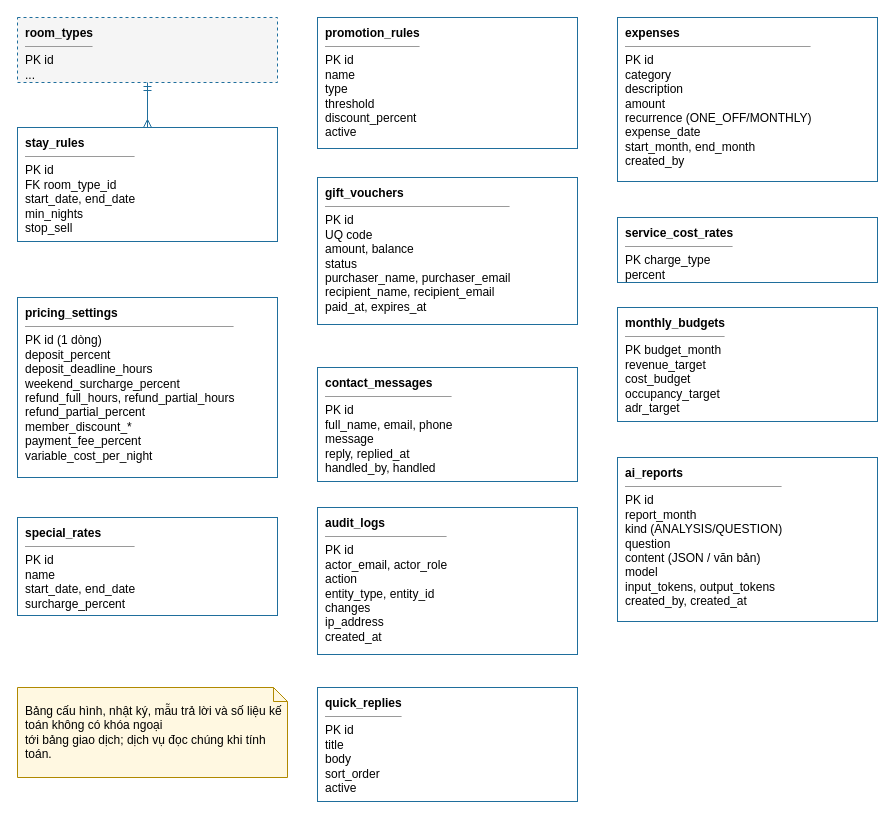
Before: docs/thiet-ke/erd-5-cau-hinh-ke-toan.drawio in ngynquchn2511/beach-hotel, a draw.io diagram. Source tidied: cells renumbered, new cells numbered last; positions are measured from the earlier drawing's top-left corner, leaving out a move shared by most shapes. Both pictures are drawn from the tidied source at 100%, with x=0, y=0 at pixel (17, 17).
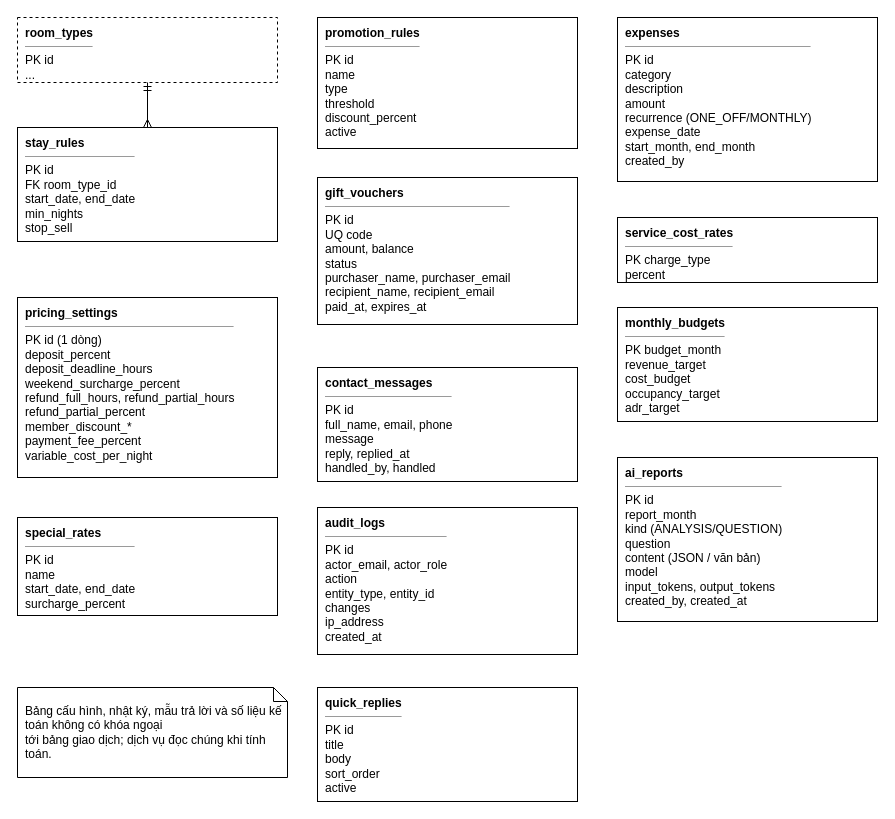
Above is the later version.

Change to the diagram source:
```diff
@@
 <mxGraphModel>
   <root>
     <mxCell id="0" />
     <mxCell id="1" parent="0" />
-    <mxCell id="2" value="&lt;b&gt;room_types&lt;/b&gt;&lt;hr size=&quot;1&quot;&gt;PK id&lt;br&gt;..." style="rounded=0;whiteSpace=wrap;html=1;align=left;verticalAlign=top;spacingLeft=6;spacingTop=2;fillColor=#FFFFFF;strokeColor=#1F6E9C;fontSize=11;fillColor=#F5F5F5;dashed=1;fontSize=12;" parent="1" vertex="1">
+    <mxCell id="2" value="&lt;b&gt;room_types&lt;/b&gt;&lt;hr size=&quot;1&quot;&gt;PK id&lt;br&gt;..." style="rounded=0;whiteSpace=wrap;html=1;align=left;verticalAlign=top;spacingLeft=6;spacingTop=2;fillColor=#FFFFFF;strokeColor=#000000;fontSize=11;fillColor=#FFFFFF;dashed=1;fontSize=12;" parent="1" vertex="1">
       <mxGeometry width="260" height="65" as="geometry" />
     </mxCell>
-    <mxCell id="3" value="&lt;b&gt;stay_rules&lt;/b&gt;&lt;hr size=&quot;1&quot;&gt;PK id&lt;br&gt;FK room_type_id&lt;br&gt;start_date, end_date&lt;br&gt;min_nights&lt;br&gt;stop_sell" style="rounded=0;whiteSpace=wrap;html=1;align=left;verticalAlign=top;spacingLeft=6;spacingTop=2;fillColor=#FFFFFF;strokeColor=#1F6E9C;fontSize=11;fontSize=12;" parent="1" vertex="1">
+    <mxCell id="3" value="&lt;b&gt;stay_rules&lt;/b&gt;&lt;hr size=&quot;1&quot;&gt;PK id&lt;br&gt;FK room_type_id&lt;br&gt;start_date, end_date&lt;br&gt;min_nights&lt;br&gt;stop_sell" style="rounded=0;whiteSpace=wrap;html=1;align=left;verticalAlign=top;spacingLeft=6;spacingTop=2;fillColor=#FFFFFF;strokeColor=#000000;fontSize=11;fontSize=12;" parent="1" vertex="1">
       <mxGeometry y="110" width="260" height="114" as="geometry" />
     </mxCell>
-    <mxCell id="4" style="edgeStyle=entityRelationEdgeStyle;fontSize=12;html=1;endArrow=ERmany;startArrow=ERmandOne;endFill=0;startFill=0;strokeColor=#1F6E9C;edgeStyle=orthogonalEdgeStyle;rounded=0;exitX=0.5;exitY=1;exitDx=0;exitDy=0;entryX=0.5;entryY=0;entryDx=0;entryDy=0;" parent="1" edge="1" source="2" target="3">
+    <mxCell id="4" style="edgeStyle=entityRelationEdgeStyle;fontSize=12;html=1;endArrow=ERmany;startArrow=ERmandOne;endFill=0;startFill=0;strokeColor=#000000;edgeStyle=orthogonalEdgeStyle;rounded=0;exitX=0.5;exitY=1;exitDx=0;exitDy=0;entryX=0.5;entryY=0;entryDx=0;entryDy=0;" parent="1" edge="1" source="2" target="3">
       <mxGeometry relative="1" as="geometry" />
     </mxCell>
-    <mxCell id="5" value="&lt;b&gt;pricing_settings&lt;/b&gt;&lt;hr size=&quot;1&quot;&gt;PK id (1 dòng)&lt;br&gt;deposit_percent&lt;br&gt;deposit_deadline_hours&lt;br&gt;weekend_surcharge_percent&lt;br&gt;refund_full_hours, refund_partial_hours&lt;br&gt;refund_partial_percent&lt;br&gt;member_discount_*&lt;br&gt;payment_fee_percent&lt;br&gt;variable_cost_per_night" style="rounded=0;whiteSpace=wrap;html=1;align=left;verticalAlign=top;spacingLeft=6;spacingTop=2;fillColor=#FFFFFF;strokeColor=#1F6E9C;fontSize=11;fontSize=12;" parent="1" vertex="1">
+    <mxCell id="5" value="&lt;b&gt;pricing_settings&lt;/b&gt;&lt;hr size=&quot;1&quot;&gt;PK id (1 dòng)&lt;br&gt;deposit_percent&lt;br&gt;deposit_deadline_hours&lt;br&gt;weekend_surcharge_percent&lt;br&gt;refund_full_hours, refund_partial_hours&lt;br&gt;refund_partial_percent&lt;br&gt;member_discount_*&lt;br&gt;payment_fee_percent&lt;br&gt;variable_cost_per_night" style="rounded=0;whiteSpace=wrap;html=1;align=left;verticalAlign=top;spacingLeft=6;spacingTop=2;fillColor=#FFFFFF;strokeColor=#000000;fontSize=11;fontSize=12;" parent="1" vertex="1">
       <mxGeometry y="280" width="260" height="180" as="geometry" />
     </mxCell>
-    <mxCell id="6" value="&lt;b&gt;special_rates&lt;/b&gt;&lt;hr size=&quot;1&quot;&gt;PK id&lt;br&gt;name&lt;br&gt;start_date, end_date&lt;br&gt;surcharge_percent" style="rounded=0;whiteSpace=wrap;html=1;align=left;verticalAlign=top;spacingLeft=6;spacingTop=2;fillColor=#FFFFFF;strokeColor=#1F6E9C;fontSize=11;fontSize=12;" parent="1" vertex="1">
+    <mxCell id="6" value="&lt;b&gt;special_rates&lt;/b&gt;&lt;hr size=&quot;1&quot;&gt;PK id&lt;br&gt;name&lt;br&gt;start_date, end_date&lt;br&gt;surcharge_percent" style="rounded=0;whiteSpace=wrap;html=1;align=left;verticalAlign=top;spacingLeft=6;spacingTop=2;fillColor=#FFFFFF;strokeColor=#000000;fontSize=11;fontSize=12;" parent="1" vertex="1">
       <mxGeometry y="500" width="260" height="98" as="geometry" />
     </mxCell>
-    <mxCell id="7" value="&lt;b&gt;promotion_rules&lt;/b&gt;&lt;hr size=&quot;1&quot;&gt;PK id&lt;br&gt;name&lt;br&gt;type&lt;br&gt;threshold&lt;br&gt;discount_percent&lt;br&gt;active" style="rounded=0;whiteSpace=wrap;html=1;align=left;verticalAlign=top;spacingLeft=6;spacingTop=2;fillColor=#FFFFFF;strokeColor=#1F6E9C;fontSize=11;fontSize=12;" parent="1" vertex="1">
+    <mxCell id="7" value="&lt;b&gt;promotion_rules&lt;/b&gt;&lt;hr size=&quot;1&quot;&gt;PK id&lt;br&gt;name&lt;br&gt;type&lt;br&gt;threshold&lt;br&gt;discount_percent&lt;br&gt;active" style="rounded=0;whiteSpace=wrap;html=1;align=left;verticalAlign=top;spacingLeft=6;spacingTop=2;fillColor=#FFFFFF;strokeColor=#000000;fontSize=11;fontSize=12;" parent="1" vertex="1">
       <mxGeometry x="300" width="260" height="131" as="geometry" />
     </mxCell>
-    <mxCell id="8" value="&lt;b&gt;gift_vouchers&lt;/b&gt;&lt;hr size=&quot;1&quot;&gt;PK id&lt;br&gt;UQ code&lt;br&gt;amount, balance&lt;br&gt;status&lt;br&gt;purchaser_name, purchaser_email&lt;br&gt;recipient_name, recipient_email&lt;br&gt;paid_at, expires_at" style="rounded=0;whiteSpace=wrap;html=1;align=left;verticalAlign=top;spacingLeft=6;spacingTop=2;fillColor=#FFFFFF;strokeColor=#1F6E9C;fontSize=11;fontSize=12;" parent="1" vertex="1">
+    <mxCell id="8" value="&lt;b&gt;gift_vouchers&lt;/b&gt;&lt;hr size=&quot;1&quot;&gt;PK id&lt;br&gt;UQ code&lt;br&gt;amount, balance&lt;br&gt;status&lt;br&gt;purchaser_name, purchaser_email&lt;br&gt;recipient_name, recipient_email&lt;br&gt;paid_at, expires_at" style="rounded=0;whiteSpace=wrap;html=1;align=left;verticalAlign=top;spacingLeft=6;spacingTop=2;fillColor=#FFFFFF;strokeColor=#000000;fontSize=11;fontSize=12;" parent="1" vertex="1">
       <mxGeometry x="300" y="160" width="260" height="147" as="geometry" />
     </mxCell>
-    <mxCell id="9" value="&lt;b&gt;contact_messages&lt;/b&gt;&lt;hr size=&quot;1&quot;&gt;PK id&lt;br&gt;full_name, email, phone&lt;br&gt;message&lt;br&gt;reply, replied_at&lt;br&gt;handled_by, handled" style="rounded=0;whiteSpace=wrap;html=1;align=left;verticalAlign=top;spacingLeft=6;spacingTop=2;fillColor=#FFFFFF;strokeColor=#1F6E9C;fontSize=11;fontSize=12;" parent="1" vertex="1">
+    <mxCell id="9" value="&lt;b&gt;contact_messages&lt;/b&gt;&lt;hr size=&quot;1&quot;&gt;PK id&lt;br&gt;full_name, email, phone&lt;br&gt;message&lt;br&gt;reply, replied_at&lt;br&gt;handled_by, handled" style="rounded=0;whiteSpace=wrap;html=1;align=left;verticalAlign=top;spacingLeft=6;spacingTop=2;fillColor=#FFFFFF;strokeColor=#000000;fontSize=11;fontSize=12;" parent="1" vertex="1">
       <mxGeometry x="300" y="350" width="260" height="114" as="geometry" />
     </mxCell>
-    <mxCell id="10" value="&lt;b&gt;audit_logs&lt;/b&gt;&lt;hr size=&quot;1&quot;&gt;PK id&lt;br&gt;actor_email, actor_role&lt;br&gt;action&lt;br&gt;entity_type, entity_id&lt;br&gt;changes&lt;br&gt;ip_address&lt;br&gt;created_at" style="rounded=0;whiteSpace=wrap;html=1;align=left;verticalAlign=top;spacingLeft=6;spacingTop=2;fillColor=#FFFFFF;strokeColor=#1F6E9C;fontSize=11;fontSize=12;" parent="1" vertex="1">
+    <mxCell id="10" value="&lt;b&gt;audit_logs&lt;/b&gt;&lt;hr size=&quot;1&quot;&gt;PK id&lt;br&gt;actor_email, actor_role&lt;br&gt;action&lt;br&gt;entity_type, entity_id&lt;br&gt;changes&lt;br&gt;ip_address&lt;br&gt;created_at" style="rounded=0;whiteSpace=wrap;html=1;align=left;verticalAlign=top;spacingLeft=6;spacingTop=2;fillColor=#FFFFFF;strokeColor=#000000;fontSize=11;fontSize=12;" parent="1" vertex="1">
       <mxGeometry x="300" y="490" width="260" height="147" as="geometry" />
     </mxCell>
-    <mxCell id="11" value="&lt;b&gt;quick_replies&lt;/b&gt;&lt;hr size=&quot;1&quot;&gt;PK id&lt;br&gt;title&lt;br&gt;body&lt;br&gt;sort_order&lt;br&gt;active" style="rounded=0;whiteSpace=wrap;html=1;align=left;verticalAlign=top;spacingLeft=6;spacingTop=2;fillColor=#FFFFFF;strokeColor=#1F6E9C;fontSize=11;fontSize=12;" parent="1" vertex="1">
+    <mxCell id="11" value="&lt;b&gt;quick_replies&lt;/b&gt;&lt;hr size=&quot;1&quot;&gt;PK id&lt;br&gt;title&lt;br&gt;body&lt;br&gt;sort_order&lt;br&gt;active" style="rounded=0;whiteSpace=wrap;html=1;align=left;verticalAlign=top;spacingLeft=6;spacingTop=2;fillColor=#FFFFFF;strokeColor=#000000;fontSize=11;fontSize=12;" parent="1" vertex="1">
       <mxGeometry x="300" y="670" width="260" height="114" as="geometry" />
     </mxCell>
-    <mxCell id="12" value="&lt;b&gt;expenses&lt;/b&gt;&lt;hr size=&quot;1&quot;&gt;PK id&lt;br&gt;category&lt;br&gt;description&lt;br&gt;amount&lt;br&gt;recurrence (ONE_OFF/MONTHLY)&lt;br&gt;expense_date&lt;br&gt;start_month, end_month&lt;br&gt;created_by" style="rounded=0;whiteSpace=wrap;html=1;align=left;verticalAlign=top;spacingLeft=6;spacingTop=2;fillColor=#FFFFFF;strokeColor=#1F6E9C;fontSize=11;fontSize=12;" parent="1" vertex="1">
+    <mxCell id="12" value="&lt;b&gt;expenses&lt;/b&gt;&lt;hr size=&quot;1&quot;&gt;PK id&lt;br&gt;category&lt;br&gt;description&lt;br&gt;amount&lt;br&gt;recurrence (ONE_OFF/MONTHLY)&lt;br&gt;expense_date&lt;br&gt;start_month, end_month&lt;br&gt;created_by" style="rounded=0;whiteSpace=wrap;html=1;align=left;verticalAlign=top;spacingLeft=6;spacingTop=2;fillColor=#FFFFFF;strokeColor=#000000;fontSize=11;fontSize=12;" parent="1" vertex="1">
       <mxGeometry x="600" width="260" height="164" as="geometry" />
     </mxCell>
-    <mxCell id="13" value="&lt;b&gt;service_cost_rates&lt;/b&gt;&lt;hr size=&quot;1&quot;&gt;PK charge_type&lt;br&gt;percent" style="rounded=0;whiteSpace=wrap;html=1;align=left;verticalAlign=top;spacingLeft=6;spacingTop=2;fillColor=#FFFFFF;strokeColor=#1F6E9C;fontSize=11;fontSize=12;" parent="1" vertex="1">
+    <mxCell id="13" value="&lt;b&gt;service_cost_rates&lt;/b&gt;&lt;hr size=&quot;1&quot;&gt;PK charge_type&lt;br&gt;percent" style="rounded=0;whiteSpace=wrap;html=1;align=left;verticalAlign=top;spacingLeft=6;spacingTop=2;fillColor=#FFFFFF;strokeColor=#000000;fontSize=11;fontSize=12;" parent="1" vertex="1">
       <mxGeometry x="600" y="200" width="260" height="65" as="geometry" />
     </mxCell>
-    <mxCell id="14" value="&lt;b&gt;monthly_budgets&lt;/b&gt;&lt;hr size=&quot;1&quot;&gt;PK budget_month&lt;br&gt;revenue_target&lt;br&gt;cost_budget&lt;br&gt;occupancy_target&lt;br&gt;adr_target" style="rounded=0;whiteSpace=wrap;html=1;align=left;verticalAlign=top;spacingLeft=6;spacingTop=2;fillColor=#FFFFFF;strokeColor=#1F6E9C;fontSize=11;fontSize=12;" parent="1" vertex="1">
+    <mxCell id="14" value="&lt;b&gt;monthly_budgets&lt;/b&gt;&lt;hr size=&quot;1&quot;&gt;PK budget_month&lt;br&gt;revenue_target&lt;br&gt;cost_budget&lt;br&gt;occupancy_target&lt;br&gt;adr_target" style="rounded=0;whiteSpace=wrap;html=1;align=left;verticalAlign=top;spacingLeft=6;spacingTop=2;fillColor=#FFFFFF;strokeColor=#000000;fontSize=11;fontSize=12;" parent="1" vertex="1">
       <mxGeometry x="600" y="290" width="260" height="114" as="geometry" />
     </mxCell>
-    <mxCell id="15" value="&lt;b&gt;ai_reports&lt;/b&gt;&lt;hr size=&quot;1&quot;&gt;PK id&lt;br&gt;report_month&lt;br&gt;kind (ANALYSIS/QUESTION)&lt;br&gt;question&lt;br&gt;content (JSON / văn bản)&lt;br&gt;model&lt;br&gt;input_tokens, output_tokens&lt;br&gt;created_by, created_at" style="rounded=0;whiteSpace=wrap;html=1;align=left;verticalAlign=top;spacingLeft=6;spacingTop=2;fillColor=#FFFFFF;strokeColor=#1F6E9C;fontSize=11;fontSize=12;" parent="1" vertex="1">
+    <mxCell id="15" value="&lt;b&gt;ai_reports&lt;/b&gt;&lt;hr size=&quot;1&quot;&gt;PK id&lt;br&gt;report_month&lt;br&gt;kind (ANALYSIS/QUESTION)&lt;br&gt;question&lt;br&gt;content (JSON / văn bản)&lt;br&gt;model&lt;br&gt;input_tokens, output_tokens&lt;br&gt;created_by, created_at" style="rounded=0;whiteSpace=wrap;html=1;align=left;verticalAlign=top;spacingLeft=6;spacingTop=2;fillColor=#FFFFFF;strokeColor=#000000;fontSize=11;fontSize=12;" parent="1" vertex="1">
       <mxGeometry x="600" y="440" width="260" height="164" as="geometry" />
     </mxCell>
-    <mxCell id="16" value="Bảng cấu hình, nhật ký, mẫu trả lời và số liệu kế toán không có khóa ngoại&lt;br&gt;tới bảng giao dịch; dịch vụ đọc chúng khi tính toán." style="shape=note;whiteSpace=wrap;html=1;size=14;fillColor=#FFF8E1;strokeColor=#B08900;fontSize=12;align=left;spacingLeft=6;" parent="1" vertex="1">
+    <mxCell id="16" value="Bảng cấu hình, nhật ký, mẫu trả lời và số liệu kế toán không có khóa ngoại&lt;br&gt;tới bảng giao dịch; dịch vụ đọc chúng khi tính toán." style="shape=note;whiteSpace=wrap;html=1;size=14;fillColor=#FFFFFF;strokeColor=#000000;fontSize=12;align=left;spacingLeft=6;" parent="1" vertex="1">
       <mxGeometry y="670" width="270" height="90" as="geometry" />
     </mxCell>
   </root>
 </mxGraphModel>
```
